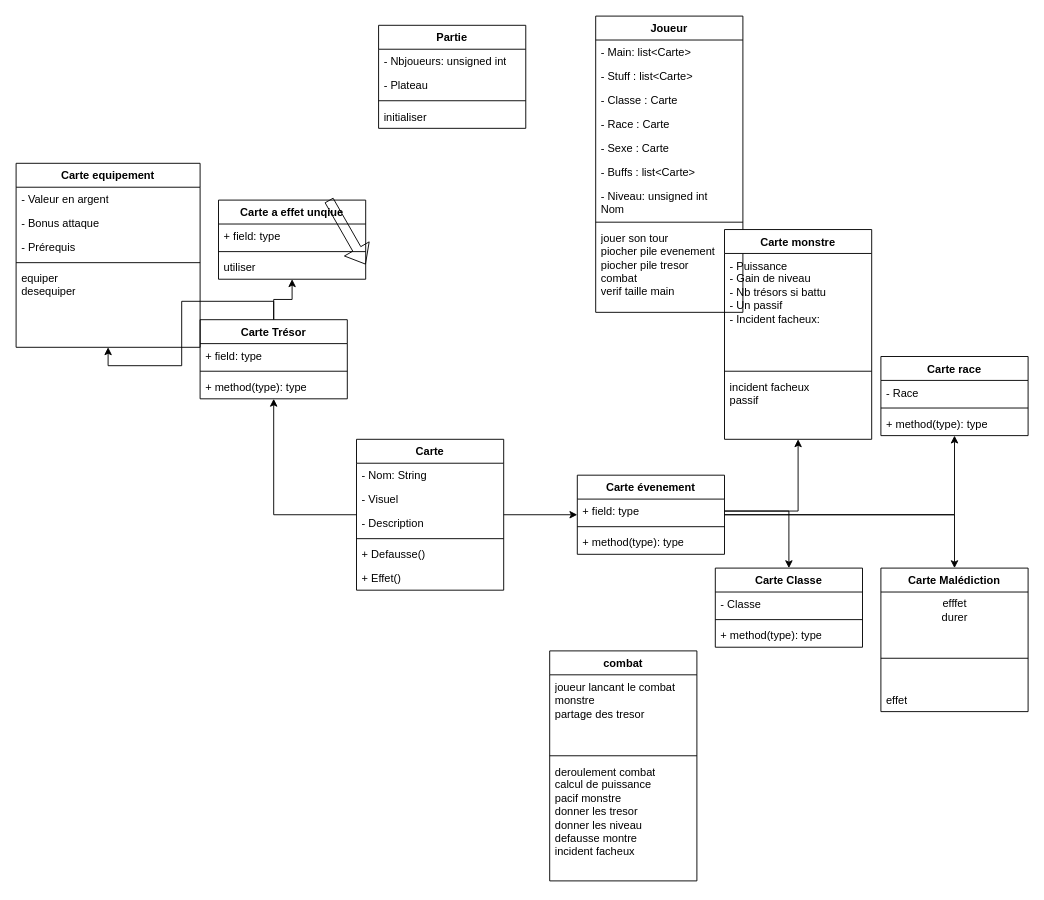
Before: Diagramme classe.drawio in hugoallaine/AP4B_Project, a draw.io diagram. Source tidied: cells renumbered, new cells numbered last; positions are measured from the earlier drawing's top-left corner, leaving out a move shared by most shapes. Both pictures are drawn from the tidied source at 92%, with x=0, y=0 at pixel (16, 16).
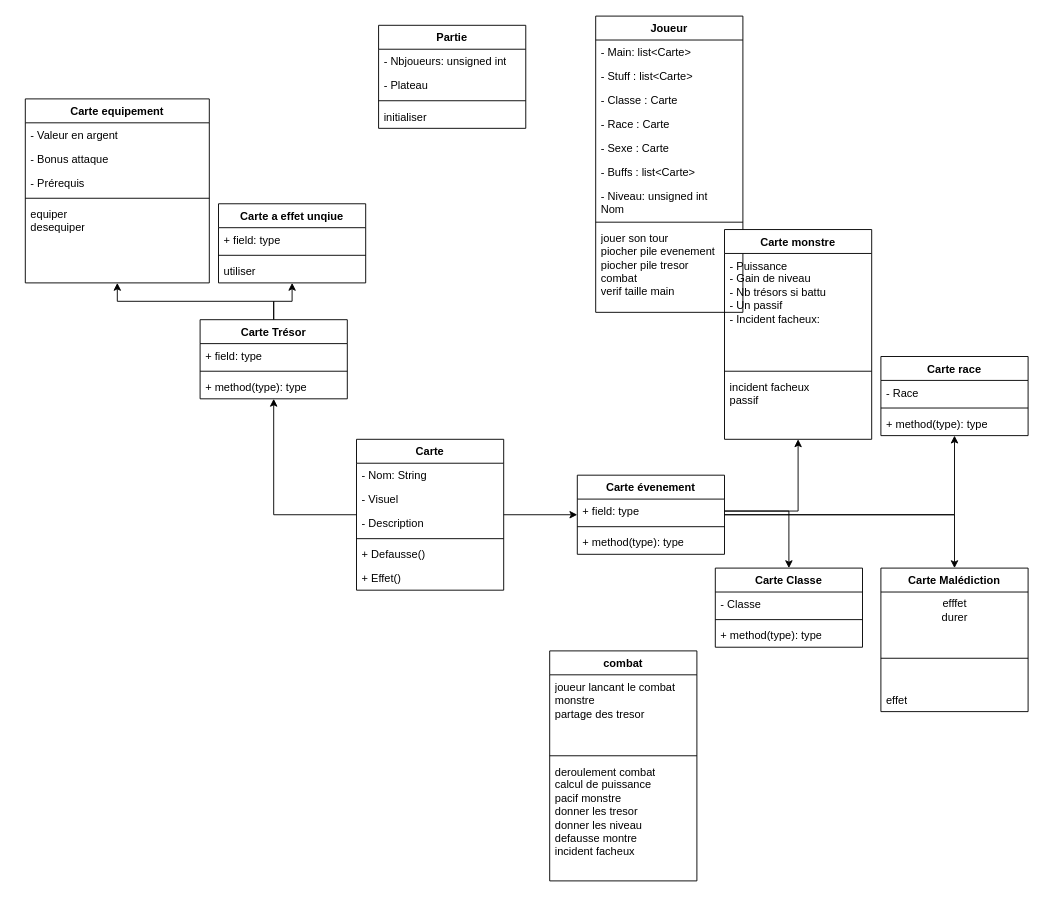
The same page after the edit.

The edit, as a diff of the source:
```diff
@@
     <mxCell id="32" value="Carte equipement" style="swimlane;fontStyle=1;align=center;verticalAlign=top;horizontal=1;startSize=26;whiteSpace=wrap;html=1;" parent="1" vertex="1">
-      <mxGeometry y="160" width="200" height="200" as="geometry" />
+      <mxGeometry x="10" y="90" width="200" height="200" as="geometry" />
     </mxCell>
@@
     <mxCell id="38" value="Carte a effet unqiue" style="swimlane;fontStyle=1;align=center;verticalAlign=top;horizontal=1;startSize=26;whiteSpace=wrap;html=1;" parent="1" vertex="1">
-      <mxGeometry x="220" y="200" width="160" height="86" as="geometry" />
+      <mxGeometry x="220" y="204" width="160" height="86" as="geometry" />
     </mxCell>
@@
-    <mxCell id="70" style="shape=flexArrow;endArrow=classic;html=1;rounded=0;exitX=0.75;exitY=0;exitDx=0;exitDy=0;" parent="1" edge="1" source="38">
-      <mxGeometry relative="1" as="geometry">
-        <mxPoint x="380" y="270" as="targetPoint" />
-      </mxGeometry>
-    </mxCell>
```
